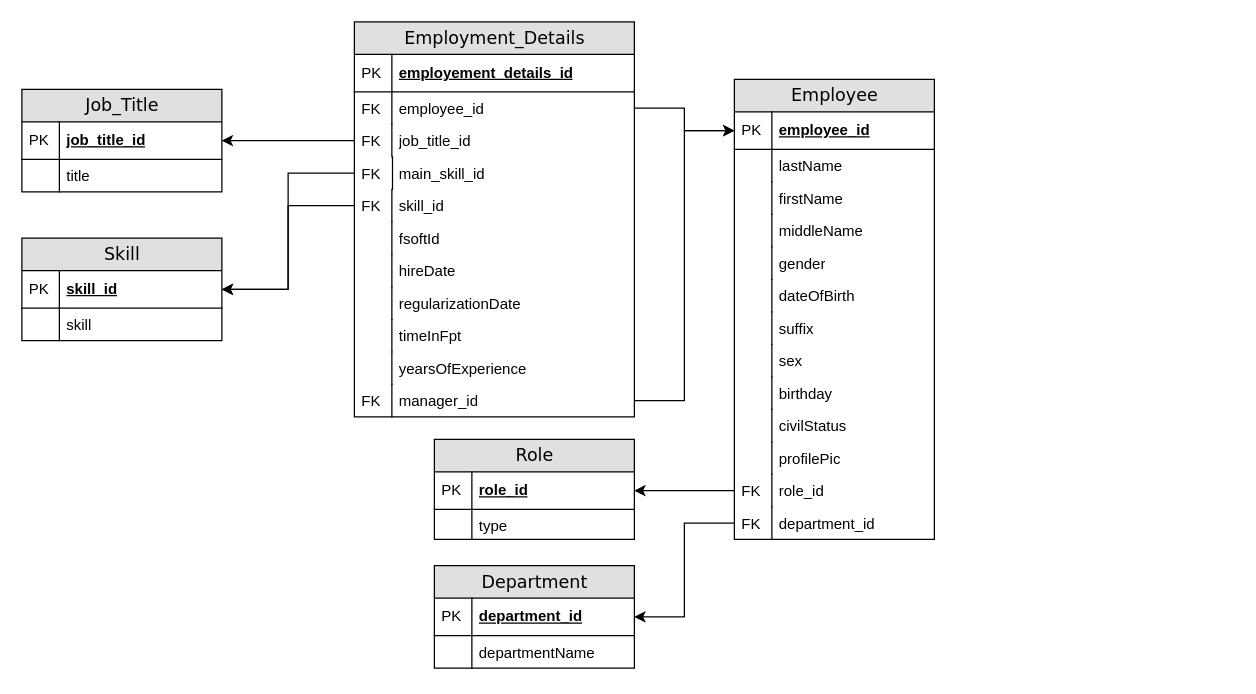
noelele/hris keeps this draw.io diagram as HRIS-ERD-NEW.drawio. Above is the earlier version. Source tidied: cells renumbered, new cells numbered last; positions are measured from the earlier drawing's top-left corner, leaving out a move shared by most shapes. Both pictures are drawn from the tidied source at 125%, with x=0, y=0 at pixel (21, 21).
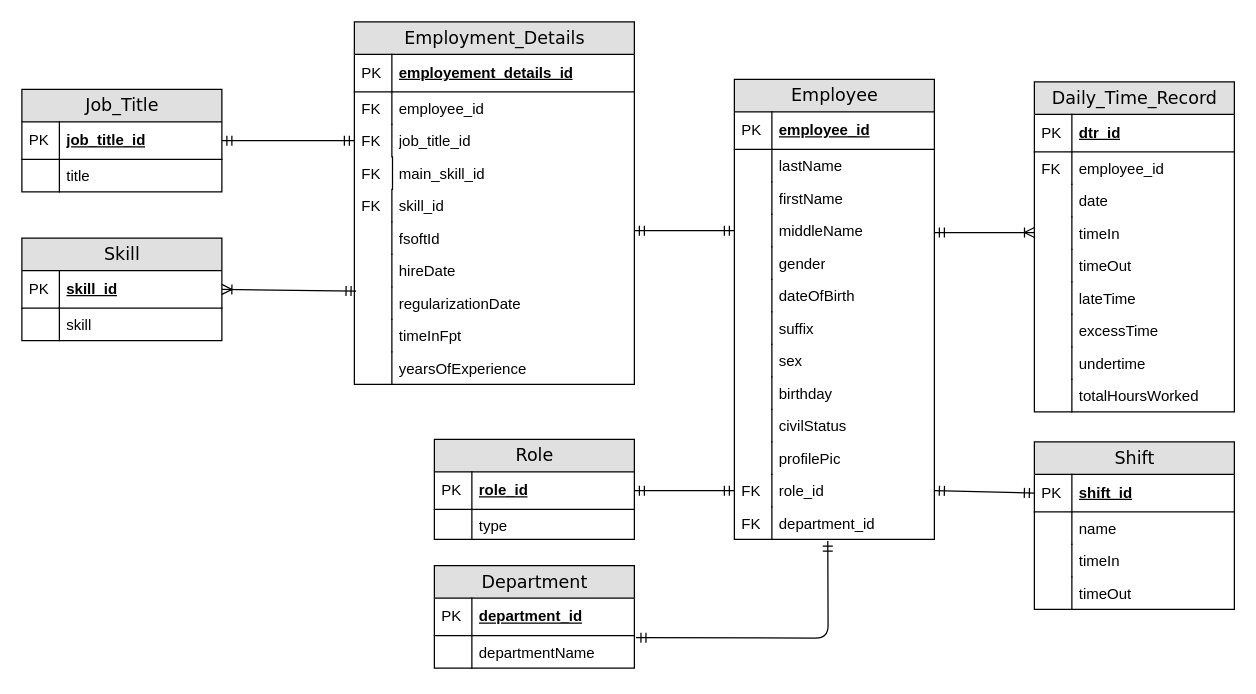
After the change.

Unchanged cells that the change refers to:
```xml
<mxCell id="3" value="employee_id" style="shape=partialRectangle;top=0;left=0;right=0;bottom=1;html=1;align=left;verticalAlign=middle;fillColor=none;spacingLeft=34;spacingRight=4;whiteSpace=wrap;overflow=hidden;points=[[0,0.5],[1,0.5]];portConstraint=eastwest;fontStyle=5;" parent="2" vertex="1">
  <mxGeometry y="26" width="160" height="30" as="geometry" />
</mxCell>
<mxCell id="9" value="middleName" style="shape=partialRectangle;top=0;left=0;right=0;bottom=0;html=1;align=left;verticalAlign=top;fillColor=none;spacingLeft=34;spacingRight=4;whiteSpace=wrap;overflow=hidden;points=[[0,0.5],[1,0.5]];portConstraint=eastwest;" parent="2" vertex="1">
  <mxGeometry y="108" width="160" height="26" as="geometry" />
</mxCell>
<mxCell id="25" value="role_id" style="shape=partialRectangle;top=0;left=0;right=0;bottom=0;html=1;align=left;verticalAlign=top;fillColor=none;spacingLeft=34;spacingRight=4;whiteSpace=wrap;overflow=hidden;points=[[0,0.5],[1,0.5]];portConstraint=eastwest;" parent="2" vertex="1">
  <mxGeometry y="316" width="160" height="26" as="geometry" />
</mxCell>
<mxCell id="27" value="department_id" style="shape=partialRectangle;top=0;left=0;right=0;bottom=0;html=1;align=left;verticalAlign=top;fillColor=none;spacingLeft=34;spacingRight=4;whiteSpace=wrap;overflow=hidden;points=[[0,0.5],[1,0.5]];portConstraint=eastwest;" parent="2" vertex="1">
  <mxGeometry y="342" width="160" height="26" as="geometry" />
</mxCell>
<mxCell id="30" value="role_id" style="shape=partialRectangle;top=0;left=0;right=0;bottom=1;html=1;align=left;verticalAlign=middle;fillColor=none;spacingLeft=34;spacingRight=4;whiteSpace=wrap;overflow=hidden;points=[[0,0.5],[1,0.5]];portConstraint=eastwest;fontStyle=5;" parent="29" vertex="1">
  <mxGeometry y="26" width="160" height="30" as="geometry" />
</mxCell>
<mxCell id="35" value="department_id" style="shape=partialRectangle;top=0;left=0;right=0;bottom=1;html=1;align=left;verticalAlign=middle;fillColor=none;spacingLeft=34;spacingRight=4;whiteSpace=wrap;overflow=hidden;points=[[0,0.5],[1,0.5]];portConstraint=eastwest;fontStyle=5;" parent="34" vertex="1">
  <mxGeometry y="26" width="160" height="30" as="geometry" />
</mxCell>
<mxCell id="37" value="departmentName" style="shape=partialRectangle;top=0;left=0;right=0;bottom=0;html=1;align=left;verticalAlign=top;fillColor=none;spacingLeft=34;spacingRight=4;whiteSpace=wrap;overflow=hidden;points=[[0,0.5],[1,0.5]];portConstraint=eastwest;" parent="34" vertex="1">
  <mxGeometry y="56" width="160" height="26" as="geometry" />
</mxCell>
<mxCell id="43" value="employee_id" style="shape=partialRectangle;top=0;left=0;right=0;bottom=0;html=1;align=left;verticalAlign=top;fillColor=none;spacingLeft=34;spacingRight=4;whiteSpace=wrap;overflow=hidden;points=[[0,0.5],[1,0.5]];portConstraint=eastwest;" parent="40" vertex="1">
  <mxGeometry y="56" width="224" height="26" as="geometry" />
</mxCell>
<mxCell id="45" value="job_title_id" style="shape=partialRectangle;top=0;left=0;right=0;bottom=0;html=1;align=left;verticalAlign=top;fillColor=none;spacingLeft=34;spacingRight=4;whiteSpace=wrap;overflow=hidden;points=[[0,0.5],[1,0.5]];portConstraint=eastwest;" parent="40" vertex="1">
  <mxGeometry y="82" width="224" height="26" as="geometry" />
</mxCell>
<mxCell id="47" value="main_skill_id" style="shape=partialRectangle;top=0;left=0;right=0;bottom=0;html=1;align=left;verticalAlign=top;fillColor=none;spacingLeft=34;spacingRight=4;whiteSpace=wrap;overflow=hidden;points=[[0,0.5],[1,0.5]];portConstraint=eastwest;" parent="40" vertex="1">
  <mxGeometry y="108" width="224" height="26" as="geometry" />
</mxCell>
<mxCell id="49" value="skill_id" style="shape=partialRectangle;top=0;left=0;right=0;bottom=0;html=1;align=left;verticalAlign=top;fillColor=none;spacingLeft=34;spacingRight=4;whiteSpace=wrap;overflow=hidden;points=[[0,0.5],[1,0.5]];portConstraint=eastwest;" parent="40" vertex="1">
  <mxGeometry y="134" width="224" height="26" as="geometry" />
</mxCell>
<mxCell id="55" value="regularizationDate" style="shape=partialRectangle;top=0;left=0;right=0;bottom=0;html=1;align=left;verticalAlign=top;fillColor=none;spacingLeft=34;spacingRight=4;whiteSpace=wrap;overflow=hidden;points=[[0,0.5],[1,0.5]];portConstraint=eastwest;" parent="40" vertex="1">
  <mxGeometry y="212" width="224" height="26" as="geometry" />
</mxCell>
<mxCell id="64" value="job_title_id" style="shape=partialRectangle;top=0;left=0;right=0;bottom=1;html=1;align=left;verticalAlign=middle;fillColor=none;spacingLeft=34;spacingRight=4;whiteSpace=wrap;overflow=hidden;points=[[0,0.5],[1,0.5]];portConstraint=eastwest;fontStyle=5;" parent="63" vertex="1">
  <mxGeometry y="26" width="160" height="30" as="geometry" />
</mxCell>
<mxCell id="69" value="skill_id" style="shape=partialRectangle;top=0;left=0;right=0;bottom=1;html=1;align=left;verticalAlign=middle;fillColor=none;spacingLeft=34;spacingRight=4;whiteSpace=wrap;overflow=hidden;points=[[0,0.5],[1,0.5]];portConstraint=eastwest;fontStyle=5;" parent="68" vertex="1">
  <mxGeometry y="26" width="160" height="30" as="geometry" />
</mxCell>
```

Diff of the diagram source:
```diff
@@
-    <mxCell id="39" style="edgeStyle=orthogonalEdgeStyle;rounded=0;jettySize=auto;html=1;entryX=1;entryY=0.5;entryDx=0;entryDy=0;" parent="1" edge="1" source="25" target="30">
-      <mxGeometry relative="1" as="geometry" />
-    </mxCell>
     <mxCell id="40" value="Employment_Details" style="swimlane;html=1;fontStyle=0;horizontal=1;startSize=26;fillColor=#e0e0e0;swimlaneFillColor=#ffffff;align=center;rounded=0;shadow=0;comic=0;labelBackgroundColor=none;strokeColor=#000000;strokeWidth=1;fontFamily=Verdana;fontSize=14;fontColor=#000000;swimlaneLine=1;labelBorderColor=none;" parent="1" vertex="1">
-      <mxGeometry x="266" width="224" height="316" as="geometry" />
+      <mxGeometry x="266" width="224" height="290" as="geometry" />
     </mxCell>
@@
-    <mxCell id="61" value="manager_id" style="shape=partialRectangle;top=0;left=0;right=0;bottom=0;html=1;align=left;verticalAlign=top;fillColor=none;spacingLeft=34;spacingRight=4;whiteSpace=wrap;overflow=hidden;points=[[0,0.5],[1,0.5]];portConstraint=eastwest;" parent="40" vertex="1">
-      <mxGeometry y="290" width="224" height="26" as="geometry" />
-    </mxCell>
-    <mxCell id="62" value="FK" style="shape=partialRectangle;top=0;left=0;bottom=0;html=1;fillColor=none;align=left;verticalAlign=top;spacingLeft=4;spacingRight=4;whiteSpace=wrap;overflow=hidden;" parent="61" vertex="1">
-      <mxGeometry width="30" height="26" as="geometry" />
-    </mxCell>
@@
-    <mxCell id="73" style="edgeStyle=orthogonalEdgeStyle;rounded=0;jettySize=auto;html=1;entryX=1;entryY=0.5;entryDx=0;entryDy=0;" parent="1" edge="1" source="47" target="69">
-      <mxGeometry relative="1" as="geometry" />
-    </mxCell>
-    <mxCell id="74" style="edgeStyle=orthogonalEdgeStyle;rounded=0;jettySize=auto;html=1;entryX=1;entryY=0.5;entryDx=0;entryDy=0;" parent="1" edge="1" source="49" target="69">
-      <mxGeometry relative="1" as="geometry" />
-    </mxCell>
-    <mxCell id="75" style="edgeStyle=orthogonalEdgeStyle;rounded=0;jettySize=auto;html=1;" parent="1" edge="1" source="45" target="64">
-      <mxGeometry relative="1" as="geometry" />
-    </mxCell>
-    <mxCell id="76" style="edgeStyle=orthogonalEdgeStyle;rounded=0;jettySize=auto;html=1;entryX=0;entryY=0.5;entryDx=0;entryDy=0;" parent="1" edge="1" source="43" target="3">
-      <mxGeometry relative="1" as="geometry" />
-    </mxCell>
-    <mxCell id="77" style="edgeStyle=orthogonalEdgeStyle;rounded=0;jettySize=auto;html=1;entryX=1;entryY=0.5;entryDx=0;entryDy=0;" parent="1" edge="1" source="27" target="35">
-      <mxGeometry relative="1" as="geometry" />
-    </mxCell>
-    <mxCell id="78" style="edgeStyle=orthogonalEdgeStyle;rounded=0;jettySize=auto;html=1;entryX=0;entryY=0.5;entryDx=0;entryDy=0;" parent="1" edge="1" source="61" target="3">
-      <mxGeometry relative="1" as="geometry" />
-    </mxCell>
+    <mxCell id="79" style="endArrow=ERmandOne;html=1;entryX=0;entryY=0.5;entryDx=0;entryDy=0;startArrow=ERmandOne;startFill=0;endFill=0;" parent="1" edge="1" target="9">
+      <mxGeometry relative="1" as="geometry">
+        <mxPoint x="490" y="167" as="sourcePoint" />
+      </mxGeometry>
+    </mxCell>
+    <mxCell id="80" style="endArrow=ERmandOne;html=1;entryX=0;entryY=0.5;entryDx=0;entryDy=0;startArrow=ERmandOne;startFill=0;endFill=0;" parent="1" edge="1" source="30" target="25">
+      <mxGeometry relative="1" as="geometry" />
+    </mxCell>
+    <mxCell id="81" style="endArrow=ERmandOne;html=1;entryX=0.467;entryY=1.051;entryDx=0;entryDy=0;startArrow=ERmandOne;startFill=0;endFill=0;exitX=1.008;exitY=0.064;exitDx=0;exitDy=0;exitPerimeter=0;entryPerimeter=0;" parent="1" edge="1" source="37" target="27">
+      <mxGeometry relative="1" as="geometry">
+        <Array as="points">
+          <mxPoint x="645" y="493" />
+        </Array>
+      </mxGeometry>
+    </mxCell>
+    <mxCell id="82" style="endArrow=ERmandOne;html=1;entryX=0.006;entryY=0.128;entryDx=0;entryDy=0;entryPerimeter=0;exitX=1;exitY=0.5;exitDx=0;exitDy=0;startArrow=ERoneToMany;startFill=0;endFill=0;" parent="1" edge="1" source="69" target="55">
+      <mxGeometry relative="1" as="geometry" />
+    </mxCell>
+    <mxCell id="83" style="endArrow=ERmandOne;html=1;exitX=1;exitY=0.5;exitDx=0;exitDy=0;entryX=0;entryY=0.5;entryDx=0;entryDy=0;startArrow=ERmandOne;startFill=0;endFill=0;" parent="1" edge="1" source="64" target="45">
+      <mxGeometry relative="1" as="geometry" />
+    </mxCell>
+    <mxCell id="84" value="Daily_Time_Record" style="swimlane;html=1;fontStyle=0;horizontal=1;startSize=26;fillColor=#e0e0e0;swimlaneFillColor=#ffffff;align=center;rounded=0;shadow=0;comic=0;labelBackgroundColor=none;strokeColor=#000000;strokeWidth=1;fontFamily=Verdana;fontSize=14;fontColor=#000000;swimlaneLine=1;labelBorderColor=none;" parent="1" vertex="1">
+      <mxGeometry x="810" y="48" width="160" height="264" as="geometry" />
+    </mxCell>
+    <mxCell id="85" value="dtr_id" style="shape=partialRectangle;top=0;left=0;right=0;bottom=1;html=1;align=left;verticalAlign=middle;fillColor=none;spacingLeft=34;spacingRight=4;whiteSpace=wrap;overflow=hidden;fontStyle=5;" parent="84" vertex="1">
+      <mxGeometry y="26" width="160" height="30" as="geometry" />
+    </mxCell>
+    <mxCell id="86" value="PK" style="shape=partialRectangle;top=0;left=0;bottom=0;html=1;fillColor=none;align=left;verticalAlign=middle;spacingLeft=4;spacingRight=4;whiteSpace=wrap;overflow=hidden;" parent="85" vertex="1">
+      <mxGeometry width="30" height="30" as="geometry" />
+    </mxCell>
+    <mxCell id="87" value="employee_id" style="shape=partialRectangle;top=0;left=0;right=0;bottom=0;html=1;align=left;verticalAlign=top;fillColor=none;spacingLeft=34;spacingRight=4;whiteSpace=wrap;overflow=hidden;" parent="84" vertex="1">
+      <mxGeometry y="56" width="160" height="26" as="geometry" />
+    </mxCell>
+    <mxCell id="62" value="FK" style="shape=partialRectangle;top=0;left=0;bottom=0;html=1;fillColor=none;align=left;verticalAlign=top;spacingLeft=4;spacingRight=4;whiteSpace=wrap;overflow=hidden;" parent="87" vertex="1">
+      <mxGeometry width="30" height="26" as="geometry" />
+    </mxCell>
+    <mxCell id="88" value="date" style="shape=partialRectangle;top=0;left=0;right=0;bottom=0;html=1;align=left;verticalAlign=top;fillColor=none;spacingLeft=34;spacingRight=4;whiteSpace=wrap;overflow=hidden;" parent="84" vertex="1">
+      <mxGeometry y="82" width="160" height="26" as="geometry" />
+    </mxCell>
+    <mxCell id="89" style="shape=partialRectangle;top=0;left=0;bottom=0;html=1;fillColor=none;align=left;verticalAlign=top;spacingLeft=4;spacingRight=4;whiteSpace=wrap;overflow=hidden;" parent="88" vertex="1">
+      <mxGeometry width="30" height="26" as="geometry" />
+    </mxCell>
+    <mxCell id="90" value="timeIn" style="shape=partialRectangle;top=0;left=0;right=0;bottom=0;html=1;align=left;verticalAlign=top;fillColor=none;spacingLeft=34;spacingRight=4;whiteSpace=wrap;overflow=hidden;" parent="84" vertex="1">
+      <mxGeometry y="108" width="160" height="26" as="geometry" />
+    </mxCell>
+    <mxCell id="91" style="shape=partialRectangle;top=0;left=0;bottom=0;html=1;fillColor=none;align=left;verticalAlign=top;spacingLeft=4;spacingRight=4;whiteSpace=wrap;overflow=hidden;" parent="90" vertex="1">
+      <mxGeometry width="30" height="26" as="geometry" />
+    </mxCell>
+    <mxCell id="92" value="timeOut" style="shape=partialRectangle;top=0;left=0;right=0;bottom=0;html=1;align=left;verticalAlign=top;fillColor=none;spacingLeft=34;spacingRight=4;whiteSpace=wrap;overflow=hidden;" parent="84" vertex="1">
+      <mxGeometry y="134" width="160" height="26" as="geometry" />
+    </mxCell>
+    <mxCell id="93" style="shape=partialRectangle;top=0;left=0;bottom=0;html=1;fillColor=none;align=left;verticalAlign=top;spacingLeft=4;spacingRight=4;whiteSpace=wrap;overflow=hidden;" parent="92" vertex="1">
+      <mxGeometry width="30" height="26" as="geometry" />
+    </mxCell>
+    <mxCell id="94" value="lateTime" style="shape=partialRectangle;top=0;left=0;right=0;bottom=0;html=1;align=left;verticalAlign=top;fillColor=none;spacingLeft=34;spacingRight=4;whiteSpace=wrap;overflow=hidden;" parent="84" vertex="1">
+      <mxGeometry y="160" width="160" height="26" as="geometry" />
+    </mxCell>
+    <mxCell id="95" style="shape=partialRectangle;top=0;left=0;bottom=0;html=1;fillColor=none;align=left;verticalAlign=top;spacingLeft=4;spacingRight=4;whiteSpace=wrap;overflow=hidden;" parent="94" vertex="1">
+      <mxGeometry width="30" height="26" as="geometry" />
+    </mxCell>
+    <mxCell id="96" value="excessTime" style="shape=partialRectangle;top=0;left=0;right=0;bottom=0;html=1;align=left;verticalAlign=top;fillColor=none;spacingLeft=34;spacingRight=4;whiteSpace=wrap;overflow=hidden;" parent="84" vertex="1">
+      <mxGeometry y="186" width="160" height="26" as="geometry" />
+    </mxCell>
+    <mxCell id="97" style="shape=partialRectangle;top=0;left=0;bottom=0;html=1;fillColor=none;align=left;verticalAlign=top;spacingLeft=4;spacingRight=4;whiteSpace=wrap;overflow=hidden;" parent="96" vertex="1">
+      <mxGeometry width="30" height="26" as="geometry" />
+    </mxCell>
+    <mxCell id="98" value="undertime" style="shape=partialRectangle;top=0;left=0;right=0;bottom=0;html=1;align=left;verticalAlign=top;fillColor=none;spacingLeft=34;spacingRight=4;whiteSpace=wrap;overflow=hidden;" parent="84" vertex="1">
+      <mxGeometry y="212" width="160" height="26" as="geometry" />
+    </mxCell>
+    <mxCell id="99" style="shape=partialRectangle;top=0;left=0;bottom=0;html=1;fillColor=none;align=left;verticalAlign=top;spacingLeft=4;spacingRight=4;whiteSpace=wrap;overflow=hidden;" parent="98" vertex="1">
+      <mxGeometry width="30" height="26" as="geometry" />
+    </mxCell>
+    <mxCell id="100" value="totalHoursWorked" style="shape=partialRectangle;top=0;left=0;right=0;bottom=0;html=1;align=left;verticalAlign=top;fillColor=none;spacingLeft=34;spacingRight=4;whiteSpace=wrap;overflow=hidden;" parent="84" vertex="1">
+      <mxGeometry y="238" width="160" height="26" as="geometry" />
+    </mxCell>
+    <mxCell id="101" style="shape=partialRectangle;top=0;left=0;bottom=0;html=1;fillColor=none;align=left;verticalAlign=top;spacingLeft=4;spacingRight=4;whiteSpace=wrap;overflow=hidden;" parent="100" vertex="1">
+      <mxGeometry width="30" height="26" as="geometry" />
+    </mxCell>
+    <mxCell id="102" style="endArrow=ERoneToMany;html=1;entryX=0;entryY=0.5;entryDx=0;entryDy=0;startArrow=ERmandOne;startFill=0;endFill=0;" parent="1" edge="1">
+      <mxGeometry relative="1" as="geometry">
+        <mxPoint x="730" y="168.5" as="sourcePoint" />
+        <mxPoint x="810.1" y="168.5" as="targetPoint" />
+      </mxGeometry>
+    </mxCell>
+    <mxCell id="103" value="Shift" style="swimlane;html=1;fontStyle=0;horizontal=1;startSize=26;fillColor=#e0e0e0;swimlaneFillColor=#ffffff;align=center;rounded=0;shadow=0;comic=0;labelBackgroundColor=none;strokeColor=#000000;strokeWidth=1;fontFamily=Verdana;fontSize=14;fontColor=#000000;swimlaneLine=1;labelBorderColor=none;" parent="1" vertex="1">
+      <mxGeometry x="810" y="336" width="160" height="134" as="geometry" />
+    </mxCell>
+    <mxCell id="104" value="shift_id" style="shape=partialRectangle;top=0;left=0;right=0;bottom=1;html=1;align=left;verticalAlign=middle;fillColor=none;spacingLeft=34;spacingRight=4;whiteSpace=wrap;overflow=hidden;points=[[0,0.5],[1,0.5]];portConstraint=eastwest;fontStyle=5;" parent="103" vertex="1">
+      <mxGeometry y="26" width="160" height="30" as="geometry" />
+    </mxCell>
+    <mxCell id="105" value="PK" style="shape=partialRectangle;top=0;left=0;bottom=0;html=1;fillColor=none;align=left;verticalAlign=middle;spacingLeft=4;spacingRight=4;whiteSpace=wrap;overflow=hidden;" parent="104" vertex="1">
+      <mxGeometry width="30" height="30" as="geometry" />
+    </mxCell>
+    <mxCell id="106" value="name" style="shape=partialRectangle;top=0;left=0;right=0;bottom=0;html=1;align=left;verticalAlign=top;fillColor=none;spacingLeft=34;spacingRight=4;whiteSpace=wrap;overflow=hidden;" parent="103" vertex="1">
+      <mxGeometry y="56" width="160" height="26" as="geometry" />
+    </mxCell>
+    <mxCell id="107" style="shape=partialRectangle;top=0;left=0;bottom=0;html=1;fillColor=none;align=left;verticalAlign=top;spacingLeft=4;spacingRight=4;whiteSpace=wrap;overflow=hidden;" parent="106" vertex="1">
+      <mxGeometry width="30" height="26" as="geometry" />
+    </mxCell>
+    <mxCell id="108" value="timeIn" style="shape=partialRectangle;top=0;left=0;right=0;bottom=0;html=1;align=left;verticalAlign=top;fillColor=none;spacingLeft=34;spacingRight=4;whiteSpace=wrap;overflow=hidden;" parent="103" vertex="1">
+      <mxGeometry y="82" width="160" height="26" as="geometry" />
+    </mxCell>
+    <mxCell id="109" style="shape=partialRectangle;top=0;left=0;bottom=0;html=1;fillColor=none;align=left;verticalAlign=top;spacingLeft=4;spacingRight=4;whiteSpace=wrap;overflow=hidden;" parent="108" vertex="1">
+      <mxGeometry width="30" height="26" as="geometry" />
+    </mxCell>
+    <mxCell id="110" value="timeOut" style="shape=partialRectangle;top=0;left=0;right=0;bottom=0;html=1;align=left;verticalAlign=top;fillColor=none;spacingLeft=34;spacingRight=4;whiteSpace=wrap;overflow=hidden;" parent="103" vertex="1">
+      <mxGeometry y="108" width="160" height="26" as="geometry" />
+    </mxCell>
+    <mxCell id="111" style="shape=partialRectangle;top=0;left=0;bottom=0;html=1;fillColor=none;align=left;verticalAlign=top;spacingLeft=4;spacingRight=4;whiteSpace=wrap;overflow=hidden;" parent="110" vertex="1">
+      <mxGeometry width="30" height="26" as="geometry" />
+    </mxCell>
+    <mxCell id="112" style="endArrow=ERmandOne;html=1;entryX=0;entryY=0.5;entryDx=0;entryDy=0;exitX=1;exitY=0.5;exitDx=0;exitDy=0;startArrow=ERmandOne;startFill=0;endFill=0;" parent="1" edge="1" source="25" target="104">
+      <mxGeometry relative="1" as="geometry" />
+    </mxCell>
```
